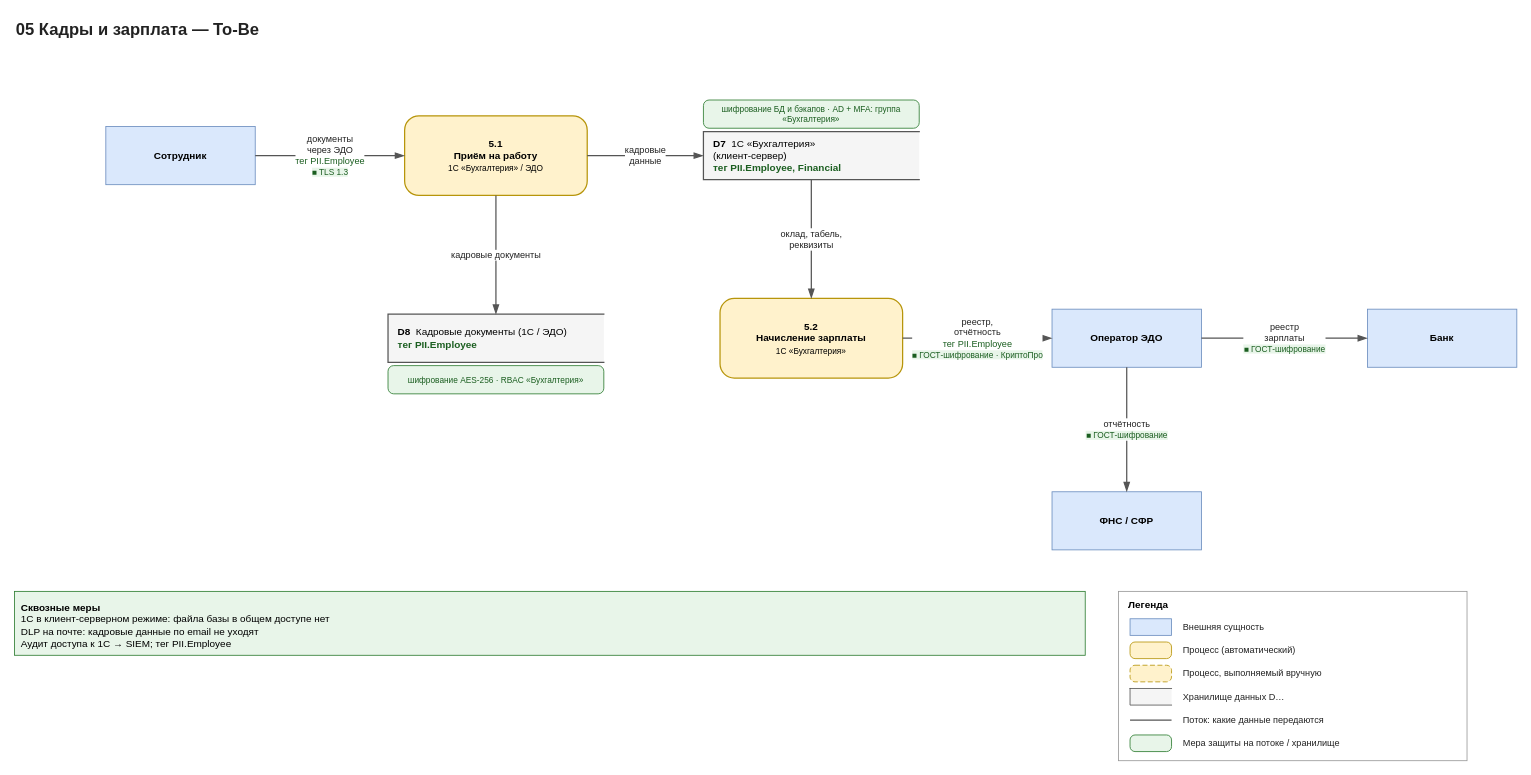
Earlier version of the draw.io diagram page "To-Be" (2 of 2) of Task1/dfd/05-kadry-zarplata.drawio (iudanet/architecture-medikamente). Source tidied: cells renumbered, new cells numbered last; positions are measured from the earlier drawing's top-left corner, leaving out a move shared by most shapes. Both pictures are drawn from the tidied source at 83%, with x=0, y=0 at pixel (14, 14).
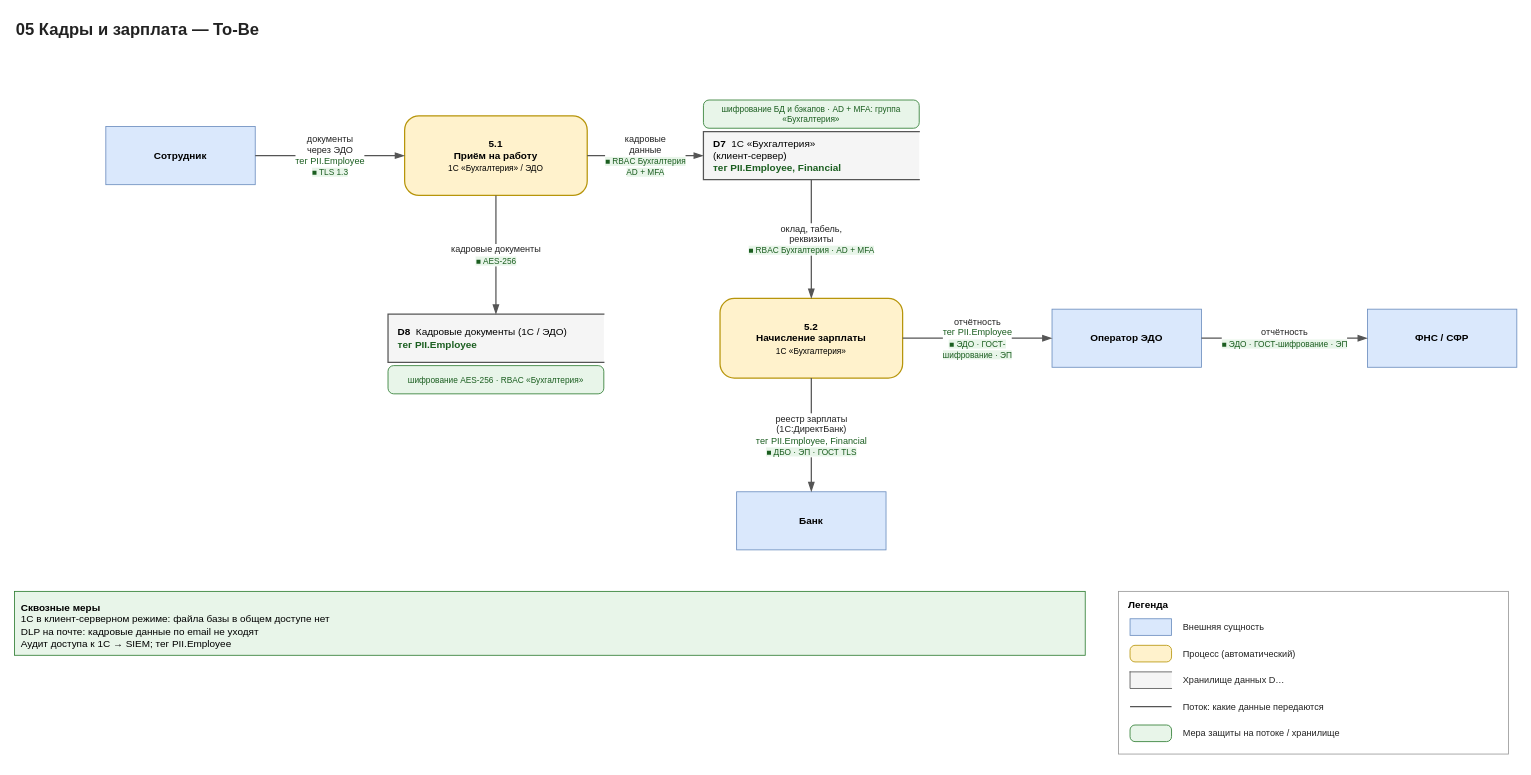
After the change.

The change refers to these unchanged cells:
```xml
<mxCell id="4" value="&lt;b&gt;5.1&lt;/b&gt;&lt;br&gt;&lt;b&gt;Приём на работу&lt;/b&gt;&lt;br&gt;&lt;span style=&quot;font-size:10px&quot;&gt;1С «Бухгалтерия» / ЭДО&lt;/span&gt;" style="rounded=1;arcSize=18;whiteSpace=wrap;html=1;fillColor=#FFF2CC;strokeColor=#B7950B;strokeWidth=1.5;fontSize=12;spacing=4;" parent="1" vertex="1">
  <mxGeometry x="470" y="122" width="220" height="96" as="geometry" />
</mxCell>
<mxCell id="5" value="&lt;b&gt;D7&lt;/b&gt;&amp;nbsp;&amp;nbsp;1С «Бухгалтерия»&lt;br&gt;(клиент-сервер)&lt;br&gt;&lt;font color=&quot;#1B5E20&quot;&gt;&lt;b&gt;тег PII.Employee, Financial&lt;/b&gt;&lt;/font&gt;" style="shape=partialRectangle;right=0;whiteSpace=wrap;html=1;fillColor=#F5F5F5;strokeColor=#555555;strokeWidth=1.5;fontSize=12;align=left;spacingLeft=10;" parent="1" vertex="1">
  <mxGeometry x="830" y="141" width="260" height="58" as="geometry" />
</mxCell>
<mxCell id="7" value="&lt;b&gt;D8&lt;/b&gt;&amp;nbsp;&amp;nbsp;Кадровые документы (1С / ЭДО)&lt;br&gt;&lt;font color=&quot;#1B5E20&quot;&gt;&lt;b&gt;тег PII.Employee&lt;/b&gt;&lt;/font&gt;" style="shape=partialRectangle;right=0;whiteSpace=wrap;html=1;fillColor=#F5F5F5;strokeColor=#555555;strokeWidth=1.5;fontSize=12;align=left;spacingLeft=10;" parent="1" vertex="1">
  <mxGeometry x="450" y="361" width="260" height="58" as="geometry" />
</mxCell>
<mxCell id="9" value="&lt;b&gt;5.2&lt;/b&gt;&lt;br&gt;&lt;b&gt;Начисление зарплаты&lt;/b&gt;&lt;br&gt;&lt;span style=&quot;font-size:10px&quot;&gt;1С «Бухгалтерия»&lt;/span&gt;" style="rounded=1;arcSize=18;whiteSpace=wrap;html=1;fillColor=#FFF2CC;strokeColor=#B7950B;strokeWidth=1.5;fontSize=12;spacing=4;" parent="1" vertex="1">
  <mxGeometry x="850" y="342" width="220" height="96" as="geometry" />
</mxCell>
<mxCell id="10" value="&lt;b&gt;Оператор ЭДО&lt;/b&gt;" style="rounded=0;whiteSpace=wrap;html=1;fillColor=#DAE8FC;strokeColor=#6C8EBF;fontSize=12;spacing=4;" parent="1" vertex="1">
  <mxGeometry x="1250" y="355" width="180" height="70" as="geometry" />
</mxCell>
```

Change to the diagram source:
```diff
@@
     <mxCell id="11" value="&lt;b&gt;Банк&lt;/b&gt;" style="rounded=0;whiteSpace=wrap;html=1;fillColor=#DAE8FC;strokeColor=#6C8EBF;fontSize=12;spacing=4;" parent="1" vertex="1">
-      <mxGeometry x="1630" y="355" width="180" height="70" as="geometry" />
+      <mxGeometry x="870" y="575" width="180" height="70" as="geometry" />
     </mxCell>
     <mxCell id="12" value="&lt;b&gt;ФНС / СФР&lt;/b&gt;" style="rounded=0;whiteSpace=wrap;html=1;fillColor=#DAE8FC;strokeColor=#6C8EBF;fontSize=12;spacing=4;" parent="1" vertex="1">
-      <mxGeometry x="1250" y="575" width="180" height="70" as="geometry" />
+      <mxGeometry x="1630" y="355" width="180" height="70" as="geometry" />
     </mxCell>
@@
-    <mxCell id="14" value="кадровые&lt;br&gt;данные" style="edgeStyle=orthogonalEdgeStyle;rounded=1;html=1;endArrow=blockThin;endFill=1;endSize=8;strokeColor=#555555;strokeWidth=1.5;fontSize=11;fontColor=#222222;labelBackgroundColor=#FFFFFF;jumpStyle=arc;jumpSize=10;" parent="1" edge="1" source="4" target="5">
+    <mxCell id="14" value="кадровые&lt;br&gt;данные&lt;br&gt;&lt;span style=&quot;color:#1B5E20;background-color:#E8F5E9;font-size:10px;&quot;&gt;&amp;#9632; RBAC Бухгалтерия&lt;br&gt;AD + MFA&lt;/span&gt;" style="edgeStyle=orthogonalEdgeStyle;rounded=1;html=1;endArrow=blockThin;endFill=1;endSize=8;strokeColor=#555555;strokeWidth=1.5;fontSize=11;fontColor=#222222;labelBackgroundColor=#FFFFFF;jumpStyle=arc;jumpSize=10;" parent="1" edge="1" source="4" target="5">
       <mxGeometry relative="1" as="geometry" />
     </mxCell>
-    <mxCell id="15" value="кадровые документы" style="edgeStyle=orthogonalEdgeStyle;rounded=1;html=1;endArrow=blockThin;endFill=1;endSize=8;strokeColor=#555555;strokeWidth=1.5;fontSize=11;fontColor=#222222;labelBackgroundColor=#FFFFFF;jumpStyle=arc;jumpSize=10;" parent="1" edge="1" source="4" target="7">
+    <mxCell id="15" value="кадровые документы&lt;br&gt;&lt;span style=&quot;color:#1B5E20;background-color:#E8F5E9;font-size:10px;&quot;&gt;&amp;#9632; AES-256&lt;/span&gt;" style="edgeStyle=orthogonalEdgeStyle;rounded=1;html=1;endArrow=blockThin;endFill=1;endSize=8;strokeColor=#555555;strokeWidth=1.5;fontSize=11;fontColor=#222222;labelBackgroundColor=#FFFFFF;jumpStyle=arc;jumpSize=10;" parent="1" edge="1" source="4" target="7">
       <mxGeometry relative="1" as="geometry" />
     </mxCell>
-    <mxCell id="16" value="оклад, табель,&lt;br&gt;реквизиты" style="edgeStyle=orthogonalEdgeStyle;rounded=1;html=1;endArrow=blockThin;endFill=1;endSize=8;strokeColor=#555555;strokeWidth=1.5;fontSize=11;fontColor=#222222;labelBackgroundColor=#FFFFFF;jumpStyle=arc;jumpSize=10;" parent="1" edge="1" source="5" target="9">
+    <mxCell id="16" value="оклад, табель,&lt;br&gt;реквизиты&lt;br&gt;&lt;span style=&quot;color:#1B5E20;background-color:#E8F5E9;font-size:10px;&quot;&gt;&amp;#9632; RBAC Бухгалтерия · AD + MFA&lt;/span&gt;" style="edgeStyle=orthogonalEdgeStyle;rounded=1;html=1;endArrow=blockThin;endFill=1;endSize=8;strokeColor=#555555;strokeWidth=1.5;fontSize=11;fontColor=#222222;labelBackgroundColor=#FFFFFF;jumpStyle=arc;jumpSize=10;" parent="1" edge="1" source="5" target="9">
       <mxGeometry relative="1" as="geometry" />
     </mxCell>
-    <mxCell id="17" value="реестр,&lt;br&gt;отчётность&lt;br&gt;&lt;font color=&quot;#1B5E20&quot;&gt;тег PII.Employee&lt;/font&gt;&lt;br&gt;&lt;span style=&quot;color:#1B5E20;background-color:#E8F5E9;font-size:10px;&quot;&gt;&amp;#9632; ГОСТ-шифрование · КриптоПро&lt;/span&gt;" style="edgeStyle=orthogonalEdgeStyle;rounded=1;html=1;endArrow=blockThin;endFill=1;endSize=8;strokeColor=#555555;strokeWidth=1.5;fontSize=11;fontColor=#222222;labelBackgroundColor=#FFFFFF;jumpStyle=arc;jumpSize=10;" parent="1" edge="1" source="9" target="10">
+    <mxCell id="17" value="отчётность&lt;br&gt;&lt;font color=&quot;#1B5E20&quot;&gt;тег PII.Employee&lt;/font&gt;&lt;br&gt;&lt;span style=&quot;color:#1B5E20;background-color:#E8F5E9;font-size:10px;&quot;&gt;&amp;#9632; ЭДО · ГОСТ-&lt;br&gt;шифрование · ЭП&lt;/span&gt;" style="edgeStyle=orthogonalEdgeStyle;rounded=1;html=1;endArrow=blockThin;endFill=1;endSize=8;strokeColor=#555555;strokeWidth=1.5;fontSize=11;fontColor=#222222;labelBackgroundColor=#FFFFFF;jumpStyle=arc;jumpSize=10;" parent="1" edge="1" source="9" target="10">
       <mxGeometry relative="1" as="geometry" />
     </mxCell>
-    <mxCell id="18" value="реестр&lt;br&gt;зарплаты&lt;br&gt;&lt;span style=&quot;color:#1B5E20;background-color:#E8F5E9;font-size:10px;&quot;&gt;&amp;#9632; ГОСТ-шифрование&lt;/span&gt;" style="edgeStyle=orthogonalEdgeStyle;rounded=1;html=1;endArrow=blockThin;endFill=1;endSize=8;strokeColor=#555555;strokeWidth=1.5;fontSize=11;fontColor=#222222;labelBackgroundColor=#FFFFFF;jumpStyle=arc;jumpSize=10;" parent="1" edge="1" source="10" target="11">
+    <mxCell id="18" value="реестр зарплаты&lt;br&gt;(1С:ДиректБанк)&lt;br&gt;&lt;font color=&quot;#1B5E20&quot;&gt;тег PII.Employee, Financial&lt;/font&gt;&lt;br&gt;&lt;span style=&quot;color:#1B5E20;background-color:#E8F5E9;font-size:10px;&quot;&gt;&amp;#9632; ДБО · ЭП · ГОСТ TLS&lt;/span&gt;" style="edgeStyle=orthogonalEdgeStyle;rounded=1;html=1;endArrow=blockThin;endFill=1;endSize=8;strokeColor=#555555;strokeWidth=1.5;fontSize=11;fontColor=#222222;labelBackgroundColor=#FFFFFF;jumpStyle=arc;jumpSize=10;" parent="1" edge="1" source="9" target="11">
       <mxGeometry relative="1" as="geometry" />
     </mxCell>
-    <mxCell id="19" value="отчётность&lt;br&gt;&lt;span style=&quot;color:#1B5E20;background-color:#E8F5E9;font-size:10px;&quot;&gt;&amp;#9632; ГОСТ-шифрование&lt;/span&gt;" style="edgeStyle=orthogonalEdgeStyle;rounded=1;html=1;endArrow=blockThin;endFill=1;endSize=8;strokeColor=#555555;strokeWidth=1.5;fontSize=11;fontColor=#222222;labelBackgroundColor=#FFFFFF;jumpStyle=arc;jumpSize=10;" parent="1" edge="1" source="10" target="12">
+    <mxCell id="19" value="отчётность&lt;br&gt;&lt;span style=&quot;color:#1B5E20;background-color:#E8F5E9;font-size:10px;&quot;&gt;&amp;#9632; ЭДО · ГОСТ-шифрование · ЭП&lt;/span&gt;" style="edgeStyle=orthogonalEdgeStyle;rounded=1;html=1;endArrow=blockThin;endFill=1;endSize=8;strokeColor=#555555;strokeWidth=1.5;fontSize=11;fontColor=#222222;labelBackgroundColor=#FFFFFF;jumpStyle=arc;jumpSize=10;" parent="1" edge="1" source="10" target="12">
       <mxGeometry relative="1" as="geometry" />
     </mxCell>
@@
     <mxCell id="21" value="&lt;b&gt;Легенда&lt;/b&gt;" style="rounded=0;whiteSpace=wrap;html=1;fillColor=#FFFFFF;strokeColor=#999999;align=left;verticalAlign=top;spacingLeft=10;spacingTop=2;fontSize=12;" parent="1" vertex="1">
-      <mxGeometry x="1330" y="695" width="420" height="204" as="geometry" />
+      <mxGeometry x="1330" y="695" width="470" height="196" as="geometry" />
     </mxCell>
@@
     <mxCell id="23" value="Внешняя сущность" style="text;html=1;whiteSpace=wrap;align=left;verticalAlign=middle;fontSize=11;fontColor=#222222;" parent="1" vertex="1">
-      <mxGeometry x="1406" y="725" width="336" height="26" as="geometry" />
+      <mxGeometry x="1406" y="723" width="386" height="30" as="geometry" />
     </mxCell>
     <mxCell id="24" style="rounded=1;arcSize=30;html=1;fillColor=#FFF2CC;strokeColor=#B7950B;" parent="1" vertex="1">
-      <mxGeometry x="1344" y="756" width="50" height="20" as="geometry" />
+      <mxGeometry x="1344" y="760" width="50" height="20" as="geometry" />
     </mxCell>
     <mxCell id="25" value="Процесс (автоматический)" style="text;html=1;whiteSpace=wrap;align=left;verticalAlign=middle;fontSize=11;fontColor=#222222;" parent="1" vertex="1">
-      <mxGeometry x="1406" y="753" width="336" height="26" as="geometry" />
+      <mxGeometry x="1406" y="755" width="386" height="30" as="geometry" />
     </mxCell>
-    <mxCell id="26" style="rounded=1;arcSize=30;html=1;fillColor=#FFF2CC;strokeColor=#B7950B;dashed=1;dashPattern=6 3;" parent="1" vertex="1">
-      <mxGeometry x="1344" y="784" width="50" height="20" as="geometry" />
+    <mxCell id="26" style="shape=partialRectangle;right=0;html=1;fillColor=#F5F5F5;strokeColor=#555555;" parent="1" vertex="1">
+      <mxGeometry x="1344" y="792" width="50" height="20" as="geometry" />
     </mxCell>
-    <mxCell id="27" value="Процесс, выполняемый вручную" style="text;html=1;whiteSpace=wrap;align=left;verticalAlign=middle;fontSize=11;fontColor=#222222;" parent="1" vertex="1">
-      <mxGeometry x="1406" y="781" width="336" height="26" as="geometry" />
+    <mxCell id="27" value="Хранилище данных D…" style="text;html=1;whiteSpace=wrap;align=left;verticalAlign=middle;fontSize=11;fontColor=#222222;" parent="1" vertex="1">
+      <mxGeometry x="1406" y="787" width="386" height="30" as="geometry" />
     </mxCell>
-    <mxCell id="28" style="shape=partialRectangle;right=0;html=1;fillColor=#F5F5F5;strokeColor=#555555;" parent="1" vertex="1">
-      <mxGeometry x="1344" y="812" width="50" height="20" as="geometry" />
+    <mxCell id="28" style="shape=line;html=1;strokeColor=#555555;strokeWidth=1.5;" parent="1" vertex="1">
+      <mxGeometry x="1344" y="828" width="50" height="12" as="geometry" />
     </mxCell>
-    <mxCell id="29" value="Хранилище данных D…" style="text;html=1;whiteSpace=wrap;align=left;verticalAlign=middle;fontSize=11;fontColor=#222222;" parent="1" vertex="1">
-      <mxGeometry x="1406" y="809" width="336" height="26" as="geometry" />
+    <mxCell id="29" value="Поток: какие данные передаются" style="text;html=1;whiteSpace=wrap;align=left;verticalAlign=middle;fontSize=11;fontColor=#222222;" parent="1" vertex="1">
+      <mxGeometry x="1406" y="819" width="386" height="30" as="geometry" />
     </mxCell>
-    <mxCell id="30" style="shape=line;html=1;strokeColor=#555555;strokeWidth=1.5;" parent="1" vertex="1">
-      <mxGeometry x="1344" y="844" width="50" height="12" as="geometry" />
+    <mxCell id="30" style="rounded=1;arcSize=30;html=1;fillColor=#E8F5E9;strokeColor=#2E7D32;" parent="1" vertex="1">
+      <mxGeometry x="1344" y="856" width="50" height="20" as="geometry" />
     </mxCell>
-    <mxCell id="31" value="Поток: какие данные передаются" style="text;html=1;whiteSpace=wrap;align=left;verticalAlign=middle;fontSize=11;fontColor=#222222;" parent="1" vertex="1">
-      <mxGeometry x="1406" y="837" width="336" height="26" as="geometry" />
+    <mxCell id="31" value="Мера защиты на потоке / хранилище" style="text;html=1;whiteSpace=wrap;align=left;verticalAlign=middle;fontSize=11;fontColor=#222222;" parent="1" vertex="1">
+      <mxGeometry x="1406" y="851" width="386" height="30" as="geometry" />
     </mxCell>
-    <mxCell id="32" style="rounded=1;arcSize=30;html=1;fillColor=#E8F5E9;strokeColor=#2E7D32;" parent="1" vertex="1">
-      <mxGeometry x="1344" y="868" width="50" height="20" as="geometry" />
-    </mxCell>
-    <mxCell id="33" value="Мера защиты на потоке / хранилище" style="text;html=1;whiteSpace=wrap;align=left;verticalAlign=middle;fontSize=11;fontColor=#222222;" parent="1" vertex="1">
-      <mxGeometry x="1406" y="865" width="336" height="26" as="geometry" />
-    </mxCell>
```
